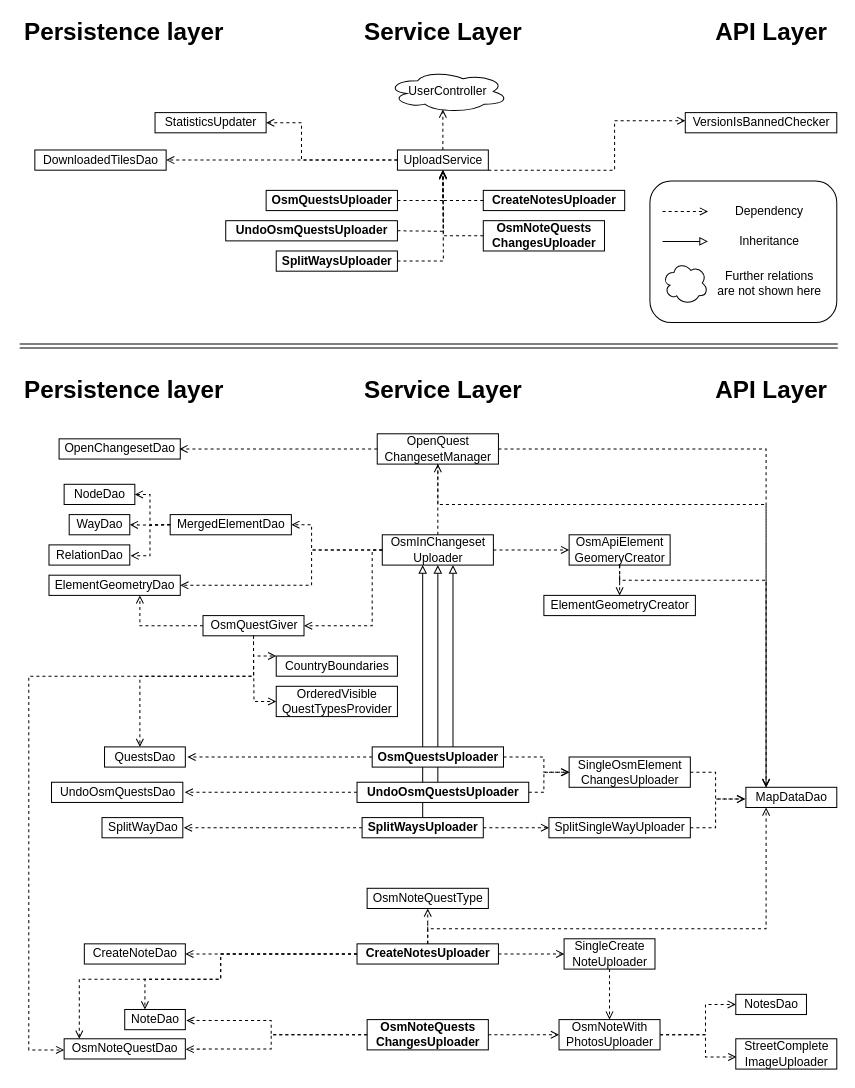
Above: res/overview_upload.drawio in streetcomplete/StreetComplete (draw.io), before the change. Source tidied: cells renumbered, new cells numbered last; positions are measured from the earlier drawing's top-left corner, leaving out a move shared by most shapes. Both pictures are drawn from the tidied source at 101%, with x=0, y=0 at pixel (17, 17).
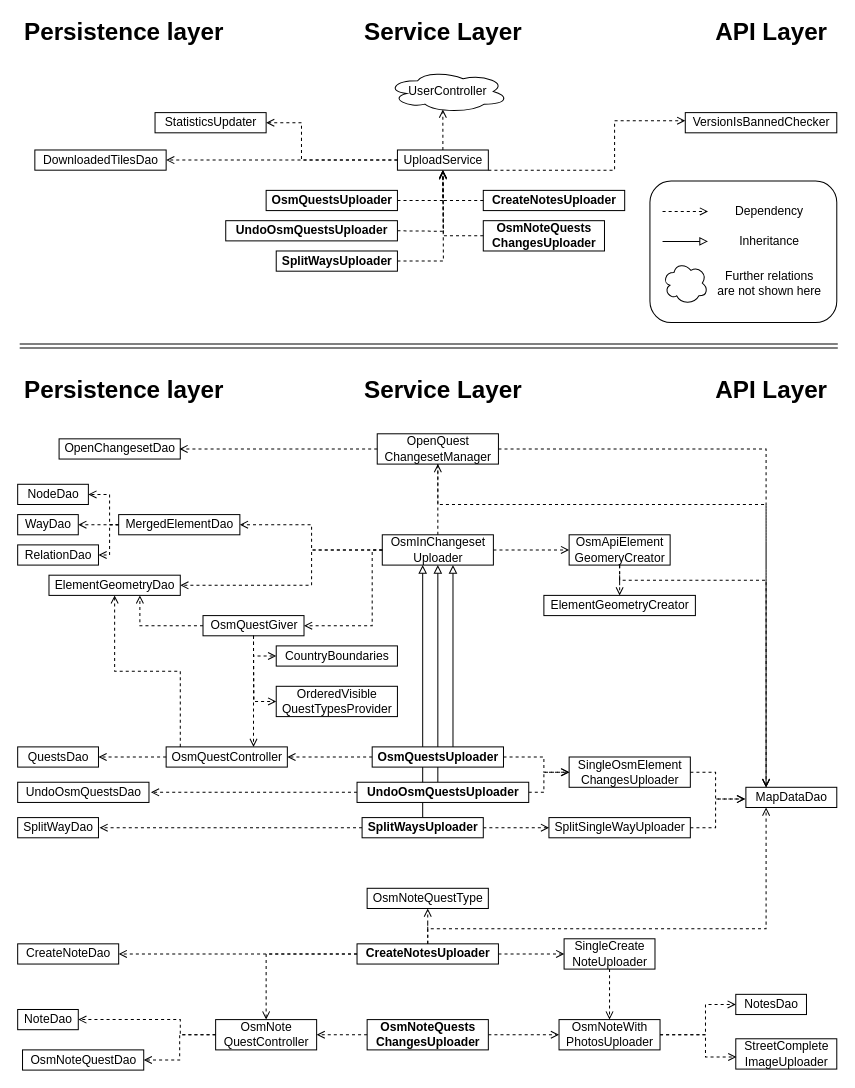
The same page after the edit.

The change refers to these unchanged cells:
```xml
<mxCell id="9" value="CreateNotesUploader" style="text;html=1;align=center;verticalAlign=middle;points=[];strokeColor=#000000;fontStyle=1;" parent="1" vertex="1">
  <mxGeometry x="336" y="917" width="140" height="20" as="geometry" />
</mxCell>
<mxCell id="13" value="OsmNoteQuests&lt;br&gt;ChangesUploader" style="text;html=1;align=center;verticalAlign=middle;points=[];strokeColor=#000000;fontStyle=1;" parent="1" vertex="1">
  <mxGeometry x="346" y="992" width="120" height="30" as="geometry" />
</mxCell>
<mxCell id="62" value="ElementGeometryDao" style="text;html=1;align=center;verticalAlign=middle;points=[];strokeColor=#000000;" parent="1" vertex="1">
  <mxGeometry x="31" y="552" width="130" height="20" as="geometry" />
</mxCell>
<mxCell id="73" value="OsmQuestGiver" style="text;html=1;align=center;verticalAlign=middle;points=[];strokeColor=#000000;fontColor=#000000;" parent="1" vertex="1">
  <mxGeometry x="183.5" y="592" width="100" height="20" as="geometry" />
</mxCell>
<mxCell id="82" value="OsmQuestsUploader" style="text;html=1;align=center;verticalAlign=middle;points=[];strokeColor=#000000;fillColor=#ffffff;fontStyle=1;" parent="1" vertex="1">
  <mxGeometry x="351" y="722" width="130" height="20" as="geometry" />
</mxCell>
```

Diff of the diagram source:
```diff
@@
-    <mxCell id="7" style="edgeStyle=orthogonalEdgeStyle;rounded=0;jettySize=auto;html=1;dashed=1;endArrow=open;endFill=0;fontSize=12;fontColor=#000000;" parent="1" edge="1" source="9" target="24">
-      <mxGeometry relative="1" as="geometry">
-        <Array as="points">
-          <mxPoint x="201" y="927" />
-          <mxPoint x="201" y="952" />
-          <mxPoint x="61" y="952" />
-        </Array>
-      </mxGeometry>
-    </mxCell>
-    <mxCell id="8" style="edgeStyle=orthogonalEdgeStyle;rounded=0;jettySize=auto;html=1;dashed=1;endArrow=open;endFill=0;fontSize=12;fontColor=#000000;" parent="1" edge="1" source="9" target="23">
-      <mxGeometry relative="1" as="geometry">
-        <Array as="points">
-          <mxPoint x="201" y="927" />
-          <mxPoint x="201" y="952" />
-          <mxPoint x="126" y="952" />
-        </Array>
-      </mxGeometry>
-    </mxCell>
+    <mxCell id="108" style="edgeStyle=orthogonalEdgeStyle;rounded=0;jettySize=auto;html=1;dashed=1;endArrow=open;endFill=0;" parent="1" edge="1" source="9" target="117">
+      <mxGeometry relative="1" as="geometry" />
+    </mxCell>
@@
-    <mxCell id="11" style="edgeStyle=orthogonalEdgeStyle;rounded=0;jettySize=auto;html=1;entryX=1.003;entryY=0.512;entryDx=0;entryDy=0;entryPerimeter=0;dashed=1;endArrow=open;endFill=0;" parent="1" edge="1" source="13" target="24">
-      <mxGeometry relative="1" as="geometry">
-        <Array as="points">
-          <mxPoint x="251" y="1007" />
-          <mxPoint x="251" y="1021" />
-        </Array>
-      </mxGeometry>
-    </mxCell>
-    <mxCell id="12" style="edgeStyle=orthogonalEdgeStyle;rounded=0;jettySize=auto;html=1;entryX=1.017;entryY=0.545;entryDx=0;entryDy=0;entryPerimeter=0;dashed=1;endArrow=open;endFill=0;" parent="1" edge="1" source="13" target="23">
-      <mxGeometry relative="1" as="geometry">
-        <Array as="points">
-          <mxPoint x="251" y="1007" />
-          <mxPoint x="251" y="993" />
-        </Array>
-      </mxGeometry>
-    </mxCell>
+    <mxCell id="109" style="edgeStyle=orthogonalEdgeStyle;rounded=0;jettySize=auto;html=1;endArrow=open;endFill=0;dashed=1;" parent="1" edge="1" source="13" target="117">
+      <mxGeometry relative="1" as="geometry" />
+    </mxCell>
@@
     <mxCell id="21" value="CreateNoteDao" style="text;html=1;align=center;verticalAlign=middle;points=[];strokeColor=#000000;" parent="1" vertex="1">
-      <mxGeometry x="66" y="917" width="100" height="20" as="geometry" />
+      <mxGeometry y="917" width="100" height="20" as="geometry" />
     </mxCell>
@@
     <mxCell id="23" value="NoteDao" style="text;html=1;align=center;verticalAlign=middle;points=[];strokeColor=#000000;" parent="1" vertex="1">
-      <mxGeometry x="106" y="982" width="60" height="20" as="geometry" />
+      <mxGeometry y="982" width="60" height="20" as="geometry" />
     </mxCell>
     <mxCell id="24" value="OsmNoteQuestDao" style="text;html=1;align=center;verticalAlign=middle;points=[];strokeColor=#000000;" parent="1" vertex="1">
-      <mxGeometry x="46" y="1011" width="120" height="20" as="geometry" />
+      <mxGeometry x="4.8" y="1022" width="120" height="20" as="geometry" />
     </mxCell>
@@
-    <mxCell id="40" style="edgeStyle=orthogonalEdgeStyle;rounded=0;jettySize=auto;html=1;dashed=1;fontSize=24;endArrow=open;endFill=0;" parent="1" edge="1" target="45">
-      <mxGeometry relative="1" as="geometry">
-        <mxPoint x="151" y="502" as="sourcePoint" />
-      </mxGeometry>
-    </mxCell>
-    <mxCell id="41" style="edgeStyle=orthogonalEdgeStyle;rounded=0;jettySize=auto;html=1;entryX=1.01;entryY=0.542;entryDx=0;entryDy=0;entryPerimeter=0;dashed=1;fontSize=24;endArrow=open;endFill=0;" parent="1" edge="1" target="46">
-      <mxGeometry relative="1" as="geometry">
-        <mxPoint x="151" y="502" as="sourcePoint" />
-      </mxGeometry>
-    </mxCell>
-    <mxCell id="42" style="edgeStyle=orthogonalEdgeStyle;rounded=0;jettySize=auto;html=1;entryX=1;entryY=0.5;entryDx=0;entryDy=0;entryPerimeter=0;dashed=1;fontSize=24;endArrow=open;endFill=0;" parent="1" edge="1" target="44">
-      <mxGeometry relative="1" as="geometry">
-        <mxPoint x="151" y="502" as="sourcePoint" />
-        <Array as="points">
-          <mxPoint x="131" y="502" />
-          <mxPoint x="131" y="472" />
-        </Array>
-      </mxGeometry>
-    </mxCell>
+    <mxCell id="110" style="edgeStyle=orthogonalEdgeStyle;rounded=0;jettySize=auto;html=1;dashed=1;endArrow=open;endFill=0;" parent="1" edge="1" source="43" target="45">
+      <mxGeometry relative="1" as="geometry" />
+    </mxCell>
+    <mxCell id="111" style="edgeStyle=orthogonalEdgeStyle;rounded=0;jettySize=auto;html=1;dashed=1;endArrow=open;endFill=0;" parent="1" edge="1" source="43" target="44">
+      <mxGeometry relative="1" as="geometry">
+        <Array as="points">
+          <mxPoint x="91" y="502" />
+          <mxPoint x="91" y="472" />
+        </Array>
+      </mxGeometry>
+    </mxCell>
+    <mxCell id="112" style="edgeStyle=orthogonalEdgeStyle;rounded=0;jettySize=auto;html=1;dashed=1;endArrow=open;endFill=0;" parent="1" edge="1" source="43" target="46">
+      <mxGeometry relative="1" as="geometry">
+        <Array as="points">
+          <mxPoint x="91" y="502" />
+          <mxPoint x="91" y="532" />
+        </Array>
+      </mxGeometry>
+    </mxCell>
     <mxCell id="43" value="MergedElementDao" style="text;html=1;align=center;verticalAlign=middle;points=[];strokeColor=#000000;" parent="1" vertex="1">
-      <mxGeometry x="151" y="492" width="120" height="20" as="geometry" />
+      <mxGeometry x="100" y="492" width="120" height="20" as="geometry" />
     </mxCell>
     <mxCell id="44" value="NodeDao" style="text;html=1;align=center;verticalAlign=middle;points=[];strokeColor=#000000;" parent="1" vertex="1">
-      <mxGeometry x="46" y="462" width="70" height="20" as="geometry" />
+      <mxGeometry y="462" width="70" height="20" as="geometry" />
     </mxCell>
     <mxCell id="45" value="WayDao" style="text;html=1;align=center;verticalAlign=middle;points=[];strokeColor=#000000;" parent="1" vertex="1">
-      <mxGeometry x="51" y="492" width="60" height="20" as="geometry" />
+      <mxGeometry y="492" width="60" height="20" as="geometry" />
     </mxCell>
     <mxCell id="46" value="RelationDao" style="text;html=1;align=center;verticalAlign=middle;points=[];strokeColor=#000000;" parent="1" vertex="1">
-      <mxGeometry x="31" y="522" width="80" height="20" as="geometry" />
+      <mxGeometry y="522" width="80" height="20" as="geometry" />
     </mxCell>
@@
-    <mxCell id="53" style="edgeStyle=orthogonalEdgeStyle;rounded=0;jettySize=auto;html=1;entryX=1.026;entryY=0.5;entryDx=0;entryDy=0;entryPerimeter=0;dashed=1;fontSize=24;fontColor=#FF3333;endArrow=open;endFill=0;" parent="1" edge="1" source="82" target="59">
-      <mxGeometry relative="1" as="geometry" />
-    </mxCell>
@@
     <mxCell id="55" value="SplitWayDao" style="text;html=1;align=center;verticalAlign=middle;points=[];strokeColor=#000000;" parent="1" vertex="1">
-      <mxGeometry x="83.5" y="792" width="80" height="20" as="geometry" />
+      <mxGeometry y="792" width="80" height="20" as="geometry" />
     </mxCell>
@@
     <mxCell id="58" value="UndoOsmQuestsDao" style="text;html=1;align=center;verticalAlign=middle;points=[];strokeColor=#000000;" parent="1" vertex="1">
-      <mxGeometry x="33.5" y="757" width="130" height="20" as="geometry" />
+      <mxGeometry y="757" width="130" height="20" as="geometry" />
     </mxCell>
     <mxCell id="59" value="QuestsDao" style="text;html=1;align=center;verticalAlign=middle;points=[];strokeColor=#000000;" parent="1" vertex="1">
-      <mxGeometry x="86" y="722" width="80" height="20" as="geometry" />
+      <mxGeometry y="722" width="80" height="20" as="geometry" />
     </mxCell>
@@
-    <mxCell id="68" style="edgeStyle=orthogonalEdgeStyle;rounded=0;jettySize=auto;html=1;entryX=0;entryY=0.55;entryDx=0;entryDy=0;entryPerimeter=0;dashed=1;endArrow=open;endFill=0;fontSize=12;fontColor=#000000;" parent="1" edge="1" source="73" target="24">
-      <mxGeometry relative="1" as="geometry">
-        <Array as="points">
-          <mxPoint x="234" y="652" />
-          <mxPoint x="11" y="652" />
-          <mxPoint x="11" y="1022" />
-        </Array>
-      </mxGeometry>
-    </mxCell>
@@
-    <mxCell id="70" style="edgeStyle=orthogonalEdgeStyle;rounded=0;jettySize=auto;html=1;dashed=1;endArrow=open;endFill=0;fontSize=12;fontColor=#000000;" parent="1" edge="1" source="73" target="59">
-      <mxGeometry relative="1" as="geometry">
-        <Array as="points">
-          <mxPoint x="234" y="652" />
-          <mxPoint x="121" y="652" />
-        </Array>
-      </mxGeometry>
-    </mxCell>
@@
+    <mxCell id="113" style="edgeStyle=orthogonalEdgeStyle;rounded=0;jettySize=auto;html=1;dashed=1;endArrow=open;endFill=0;" parent="1" edge="1" source="73" target="120">
+      <mxGeometry relative="1" as="geometry">
+        <Array as="points">
+          <mxPoint x="234" y="692" />
+          <mxPoint x="234" y="692" />
+        </Array>
+      </mxGeometry>
+    </mxCell>
@@
+    <mxCell id="114" style="edgeStyle=orthogonalEdgeStyle;rounded=0;jettySize=auto;html=1;dashed=1;endArrow=open;endFill=0;" parent="1" edge="1" source="82" target="120">
+      <mxGeometry relative="1" as="geometry" />
+    </mxCell>
@@
     <mxCell id="107" value="CountryBoundaries" style="text;html=1;align=center;verticalAlign=middle;points=[];strokeColor=#000000;fontColor=#000000;" parent="1" vertex="1">
-      <mxGeometry x="256" y="632" width="120" height="20" as="geometry" />
+      <mxGeometry x="256" y="622" width="120" height="20" as="geometry" />
     </mxCell>
+    <mxCell id="115" style="edgeStyle=orthogonalEdgeStyle;rounded=0;jettySize=auto;html=1;dashed=1;endArrow=open;endFill=0;" parent="1" edge="1" source="117" target="24">
+      <mxGeometry relative="1" as="geometry" />
+    </mxCell>
+    <mxCell id="116" style="edgeStyle=orthogonalEdgeStyle;rounded=0;jettySize=auto;html=1;dashed=1;endArrow=open;endFill=0;" parent="1" edge="1" source="117" target="23">
+      <mxGeometry relative="1" as="geometry">
+        <Array as="points">
+          <mxPoint x="161" y="1007" />
+          <mxPoint x="161" y="992" />
+        </Array>
+      </mxGeometry>
+    </mxCell>
+    <mxCell id="117" value="OsmNote&lt;br&gt;QuestController" style="text;html=1;align=center;verticalAlign=middle;points=[];strokeColor=#000000;" parent="1" vertex="1">
+      <mxGeometry x="196" y="992" width="100" height="30" as="geometry" />
+    </mxCell>
+    <mxCell id="118" style="edgeStyle=orthogonalEdgeStyle;rounded=0;jettySize=auto;html=1;dashed=1;endArrow=open;endFill=0;" parent="1" edge="1" source="120" target="59">
+      <mxGeometry relative="1" as="geometry" />
+    </mxCell>
+    <mxCell id="119" style="edgeStyle=orthogonalEdgeStyle;rounded=0;jettySize=auto;html=1;dashed=1;endArrow=open;endFill=0;" parent="1" edge="1" source="120" target="62">
+      <mxGeometry relative="1" as="geometry">
+        <Array as="points">
+          <mxPoint x="161" y="647" />
+          <mxPoint x="96" y="647" />
+        </Array>
+      </mxGeometry>
+    </mxCell>
+    <mxCell id="120" value="OsmQuestController" style="text;html=1;align=center;verticalAlign=middle;points=[];strokeColor=#000000;" parent="1" vertex="1">
+      <mxGeometry x="147" y="722" width="120" height="20" as="geometry" />
+    </mxCell>
```
